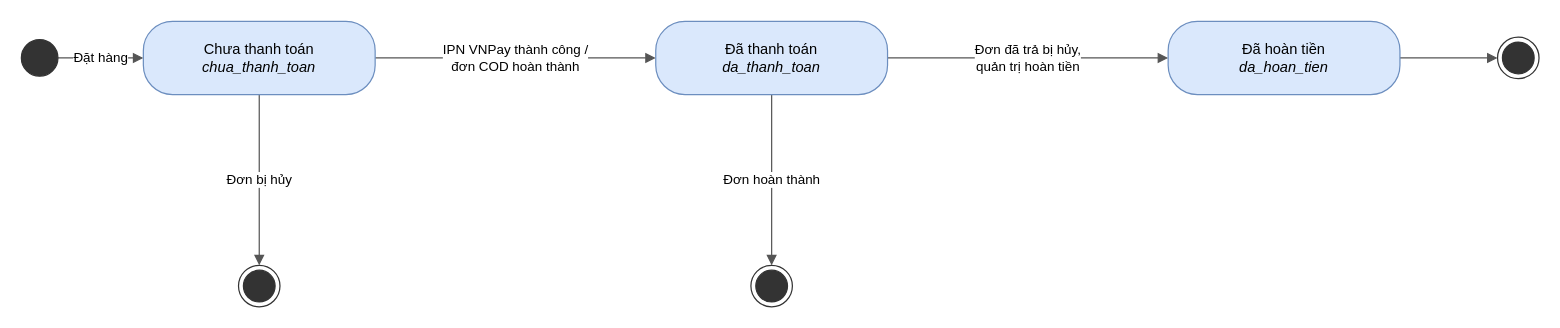
phdinh254/TechGear keeps this draw.io diagram as docs/thiet-ke/17_tt_thanh_toan.drawio. Above is the earlier version. Source tidied: cells renumbered, new cells numbered last; positions are measured from the earlier drawing's top-left corner, leaving out a move shared by most shapes. Both pictures are drawn from the tidied source at 122%, with x=0, y=0 at pixel (21, 21).
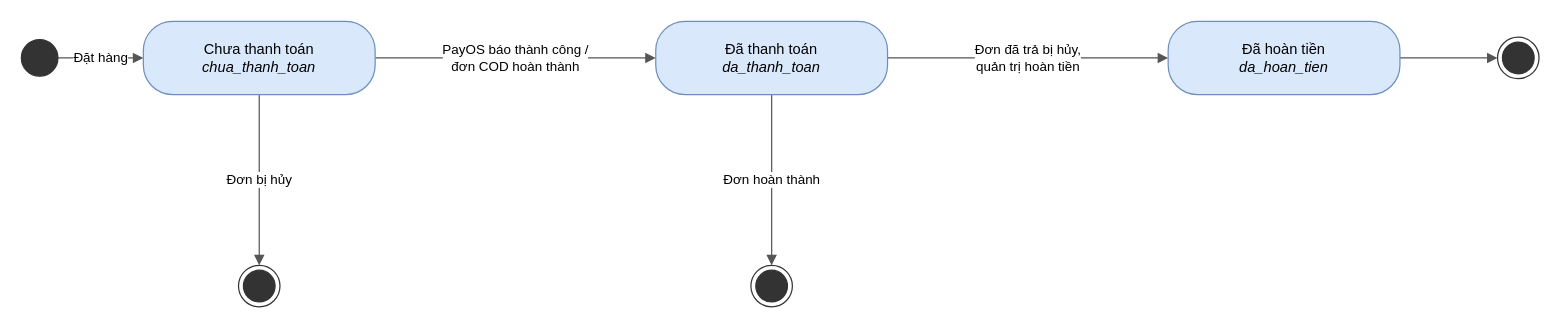
The same page after the edit.

What changed in the source:
```diff
@@
 <mxGraphModel>
   <root>
     <mxCell id="0" />
     <mxCell id="1" parent="0" />
     <mxCell id="2" value="Đặt hàng" style="edgeStyle=orthogonalEdgeStyle;html=1;rounded=1;endArrow=block;endFill=1;strokeColor=#555555;fontSize=11;labelBackgroundColor=#ffffff;exitX=1.0;exitY=0.5;exitDx=0;exitDy=0;entryX=0.0;entryY=0.5;entryDx=0;entryDy=0;" parent="1" edge="1" source="8" target="9">
       <mxGeometry relative="1" as="geometry" />
     </mxCell>
-    <mxCell id="3" value="IPN VNPay thành công /&lt;br&gt;đơn COD hoàn thành" style="edgeStyle=orthogonalEdgeStyle;html=1;rounded=1;endArrow=block;endFill=1;strokeColor=#555555;fontSize=11;labelBackgroundColor=#ffffff;exitX=1.0;exitY=0.5;exitDx=0;exitDy=0;entryX=0.0;entryY=0.5;entryDx=0;entryDy=0;" parent="1" edge="1" source="9" target="10">
+    <mxCell id="3" value="PayOS báo thành công /&lt;br&gt;đơn COD hoàn thành" style="edgeStyle=orthogonalEdgeStyle;html=1;rounded=1;endArrow=block;endFill=1;strokeColor=#555555;fontSize=11;labelBackgroundColor=#ffffff;exitX=1.0;exitY=0.5;exitDx=0;exitDy=0;entryX=0.0;entryY=0.5;entryDx=0;entryDy=0;" parent="1" edge="1" source="9" target="10">
       <mxGeometry relative="1" as="geometry" />
     </mxCell>
     <mxCell id="4" value="Đơn đã trả bị hủy,&lt;br&gt;quản trị hoàn tiền" style="edgeStyle=orthogonalEdgeStyle;html=1;rounded=1;endArrow=block;endFill=1;strokeColor=#555555;fontSize=11;labelBackgroundColor=#ffffff;exitX=1.0;exitY=0.5;exitDx=0;exitDy=0;entryX=0.0;entryY=0.5;entryDx=0;entryDy=0;" parent="1" edge="1" source="10" target="11">
       <mxGeometry relative="1" as="geometry" />
     </mxCell>
     <mxCell id="5" style="edgeStyle=orthogonalEdgeStyle;html=1;rounded=1;endArrow=block;endFill=1;strokeColor=#555555;fontSize=11;labelBackgroundColor=#ffffff;exitX=1.0;exitY=0.5;exitDx=0;exitDy=0;entryX=0.0;entryY=0.5;entryDx=0;entryDy=0;" parent="1" edge="1" source="11" target="12">
       <mxGeometry relative="1" as="geometry" />
     </mxCell>
     <mxCell id="6" value="Đơn bị hủy" style="edgeStyle=orthogonalEdgeStyle;html=1;rounded=1;endArrow=block;endFill=1;strokeColor=#555555;fontSize=11;labelBackgroundColor=#ffffff;exitX=0.5;exitY=1.0;exitDx=0;exitDy=0;entryX=0.5;entryY=0.0;entryDx=0;entryDy=0;" parent="1" edge="1" source="9" target="13">
       <mxGeometry relative="1" as="geometry" />
     </mxCell>
     <mxCell id="7" value="Đơn hoàn thành" style="edgeStyle=orthogonalEdgeStyle;html=1;rounded=1;endArrow=block;endFill=1;strokeColor=#555555;fontSize=11;labelBackgroundColor=#ffffff;exitX=0.5;exitY=1.0;exitDx=0;exitDy=0;entryX=0.5;entryY=0.0;entryDx=0;entryDy=0;" parent="1" edge="1" source="10" target="14">
       <mxGeometry relative="1" as="geometry" />
     </mxCell>
     <mxCell id="8" style="ellipse;html=1;fillColor=#333333;strokeColor=#333333;" parent="1" vertex="1">
       <mxGeometry y="15" width="30" height="30" as="geometry" />
     </mxCell>
     <mxCell id="9" value="Chưa thanh toán&lt;br&gt;&lt;i&gt;chua_thanh_toan&lt;/i&gt;" style="rounded=1;arcSize=40;whiteSpace=wrap;html=1;fillColor=#dae8fc;strokeColor=#6c8ebf;fontSize=12;" parent="1" vertex="1">
       <mxGeometry x="100" width="190" height="60" as="geometry" />
     </mxCell>
     <mxCell id="10" value="Đã thanh toán&lt;br&gt;&lt;i&gt;da_thanh_toan&lt;/i&gt;" style="rounded=1;arcSize=40;whiteSpace=wrap;html=1;fillColor=#dae8fc;strokeColor=#6c8ebf;fontSize=12;" parent="1" vertex="1">
       <mxGeometry x="520" width="190" height="60" as="geometry" />
     </mxCell>
     <mxCell id="11" value="Đã hoàn tiền&lt;br&gt;&lt;i&gt;da_hoan_tien&lt;/i&gt;" style="rounded=1;arcSize=40;whiteSpace=wrap;html=1;fillColor=#dae8fc;strokeColor=#6c8ebf;fontSize=12;" parent="1" vertex="1">
       <mxGeometry x="940" width="190" height="60" as="geometry" />
     </mxCell>
     <mxCell id="12" style="ellipse;html=1;shape=endState;fillColor=#333333;strokeColor=#333333;" parent="1" vertex="1">
       <mxGeometry x="1210" y="13" width="34" height="34" as="geometry" />
     </mxCell>
     <mxCell id="13" style="ellipse;html=1;shape=endState;fillColor=#333333;strokeColor=#333333;" parent="1" vertex="1">
       <mxGeometry x="178" y="200" width="34" height="34" as="geometry" />
     </mxCell>
     <mxCell id="14" style="ellipse;html=1;shape=endState;fillColor=#333333;strokeColor=#333333;" parent="1" vertex="1">
       <mxGeometry x="598" y="200" width="34" height="34" as="geometry" />
     </mxCell>
   </root>
 </mxGraphModel>
```
